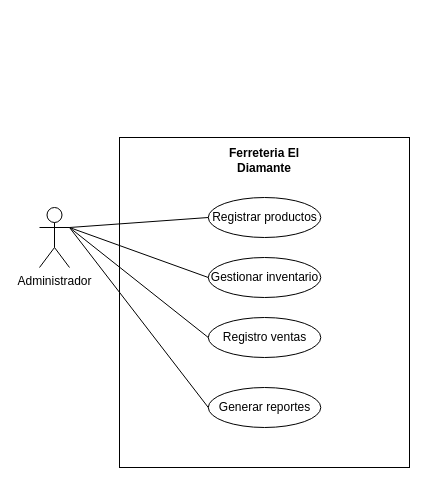
Before: page "Página-3" (3 of 3) of Ferreteria.drawio in Yayis24/FerreDi, a draw.io diagram. Source tidied: cells renumbered, new cells numbered last; positions are measured from the earlier drawing's top-left corner, leaving out a move shared by most shapes. Both pictures are drawn from the tidied source at 100%, with x=0, y=0 at pixel (39, 137).
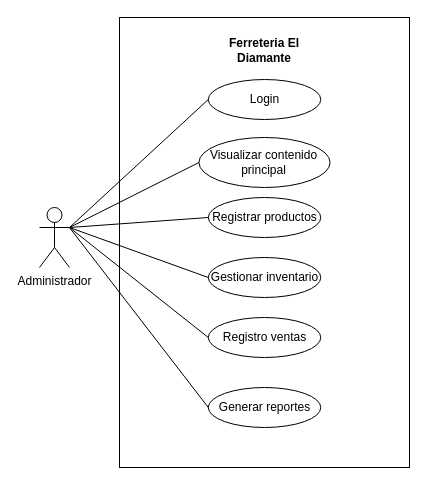
After the change.

Change to the diagram source:
```diff
@@
     <mxCell id="3" style="html=1;" parent="1" vertex="1">
-      <mxGeometry x="80" width="290" height="330" as="geometry" />
+      <mxGeometry x="80" y="-120" width="290" height="450" as="geometry" />
     </mxCell>
     <mxCell id="4" value="Ferreteria El Diamante" style="text;align=center;fontStyle=1;verticalAlign=middle;spacingLeft=3;spacingRight=3;strokeColor=none;whiteSpace=wrap;" parent="1" vertex="1">
-      <mxGeometry x="185" y="10" width="80" height="26" as="geometry" />
+      <mxGeometry x="185" y="-100" width="80" height="26" as="geometry" />
     </mxCell>
@@
+    <mxCell id="13" value="Visualizar contenido principal" style="ellipse;whiteSpace=wrap;html=1;" parent="1" vertex="1">
+      <mxGeometry x="159.4" width="131.2" height="50" as="geometry" />
+    </mxCell>
+    <mxCell id="14" value="Login" style="ellipse;whiteSpace=wrap;html=1;" parent="1" vertex="1">
+      <mxGeometry x="168.8" y="-58" width="112.5" height="40" as="geometry" />
+    </mxCell>
+    <mxCell id="15" style="endArrow=none;html=1;rounded=0;entryX=0;entryY=0.5;entryDx=0;entryDy=0;" parent="1" edge="1" target="13">
+      <mxGeometry relative="1" as="geometry">
+        <mxPoint x="30" y="90" as="sourcePoint" />
+      </mxGeometry>
+    </mxCell>
+    <mxCell id="16" style="endArrow=none;html=1;rounded=0;entryX=0;entryY=0.5;entryDx=0;entryDy=0;" parent="1" edge="1" target="14">
+      <mxGeometry relative="1" as="geometry">
+        <mxPoint x="30" y="90" as="sourcePoint" />
+      </mxGeometry>
+    </mxCell>
```
